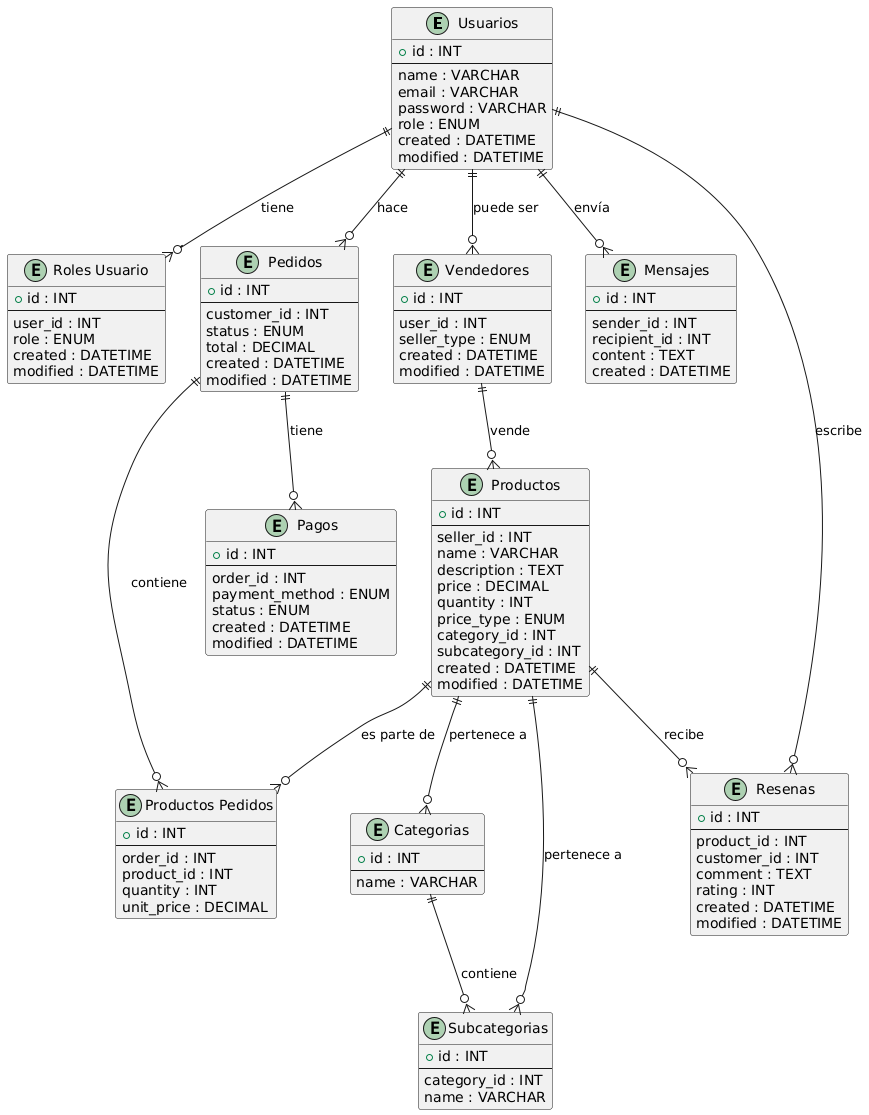
This is doc/img/DiagramaER.png from EloyAlonso/Proyecto-DAW-2024, a PlantUML export, as it was before one commit.
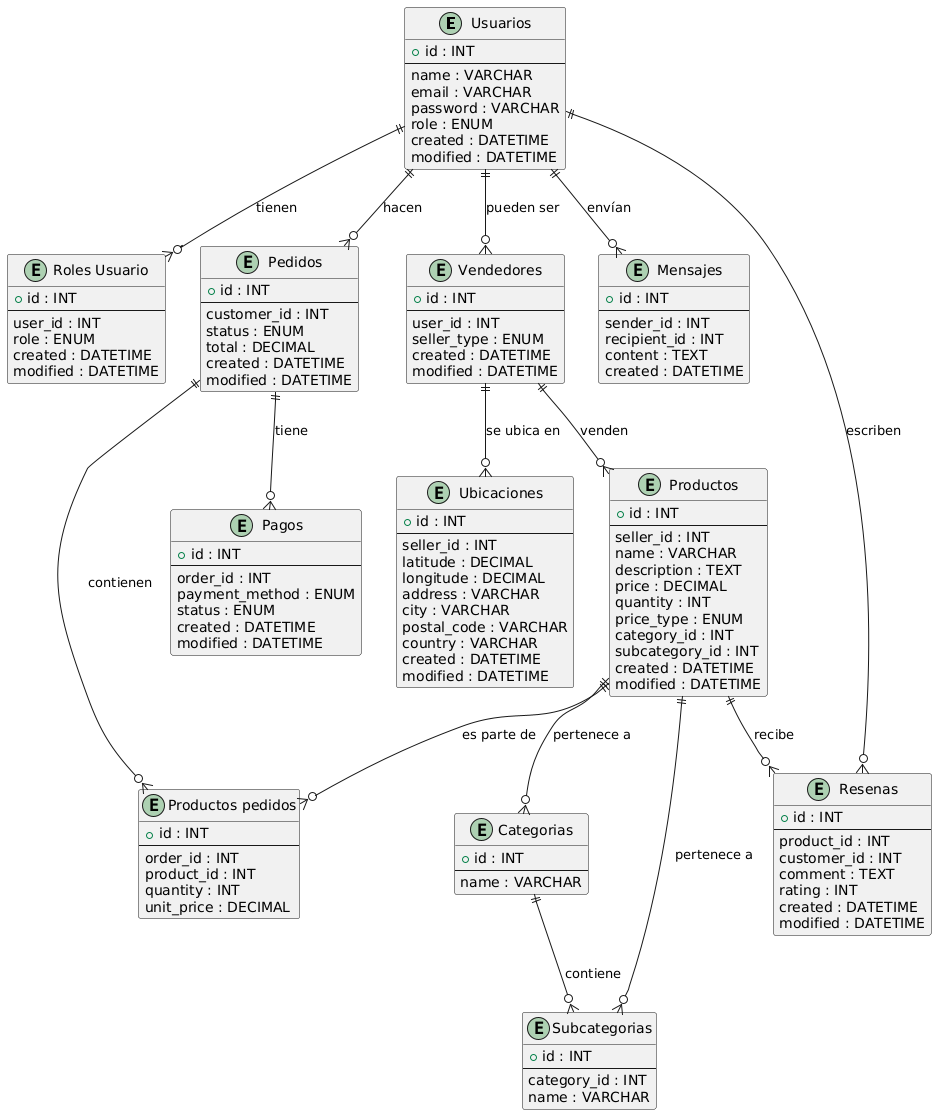
The same file after the commit.

Commit message:
Cambio DiagramaER

What changed in the source:
```diff
@@ -24,6 +24,20 @@
     --
     user_id : INT
     seller_type : ENUM
+    created : DATETIME
+    modified : DATETIME
+}
+
+entity "Ubicaciones" as locations {
+    +id : INT
+    --
+    seller_id : INT
+    latitude : DECIMAL
+    longitude : DECIMAL
+    address : VARCHAR
+    city : VARCHAR
+    postal_code : VARCHAR
+    country : VARCHAR
     created : DATETIME
     modified : DATETIME
 }
@@ -66,7 +80,7 @@
     modified : DATETIME
 }
 
-entity "Productos Pedidos" as order_products {
+entity "Productos pedidos" as order_products {
     +id : INT
     --
     order_id : INT
@@ -105,13 +119,14 @@
     modified : DATETIME
 }
 
-users ||--o{ user_roles : "tiene"
-users ||--o{ sellers : "puede ser"
-users ||--o{ orders : "hace"
-users ||--o{ messages : "envía"
-users ||--o{ reviews : "escribe"
-sellers ||--o{ products : "vende"
-orders ||--o{ order_products : "contiene"
+users ||--o{ user_roles : "tienen"
+users ||--o{ sellers : "pueden ser"
+users ||--o{ orders : "hacen"
+users ||--o{ messages : "envían"
+users ||--o{ reviews : "escriben"
+sellers ||--o{ products : "venden"
+sellers ||--o{ locations : "se ubica en"
+orders ||--o{ order_products : "contienen"
 products ||--o{ order_products : "es parte de"
 orders ||--o{ payments : "tiene"
 products ||--o{ reviews : "recibe"
```
